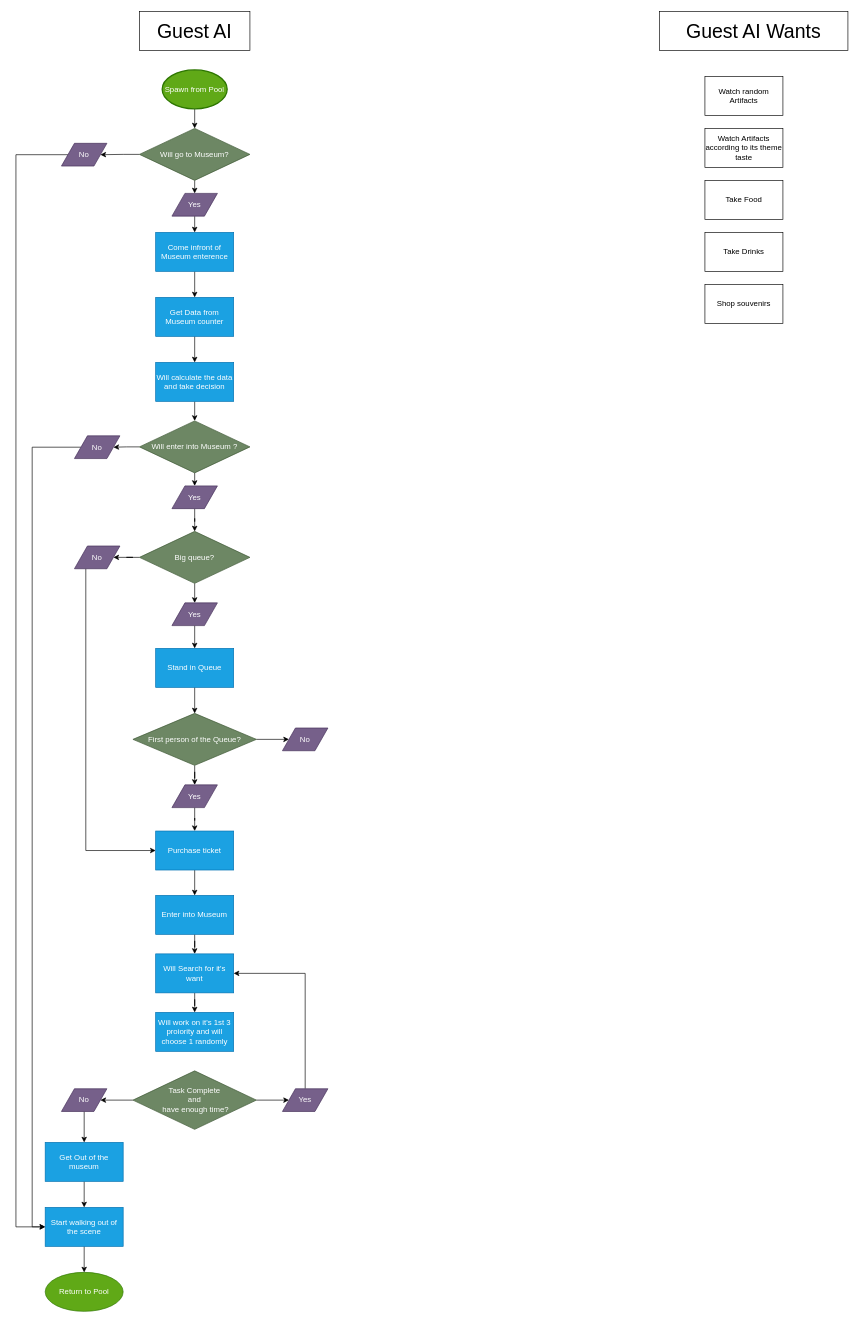
shadmanArko/ProjectMuseum keeps this draw.io diagram as page "Enemy AI FlowChart" (5 of 6) of MuseumArchitecture.drawio. Above is the earlier version. Source tidied: cells renumbered, new cells numbered last; positions are measured from the earlier drawing's top-left corner, leaving out a move shared by most shapes. Both pictures are drawn from the tidied source at 65%, with x=0, y=0 at pixel (16, 11).
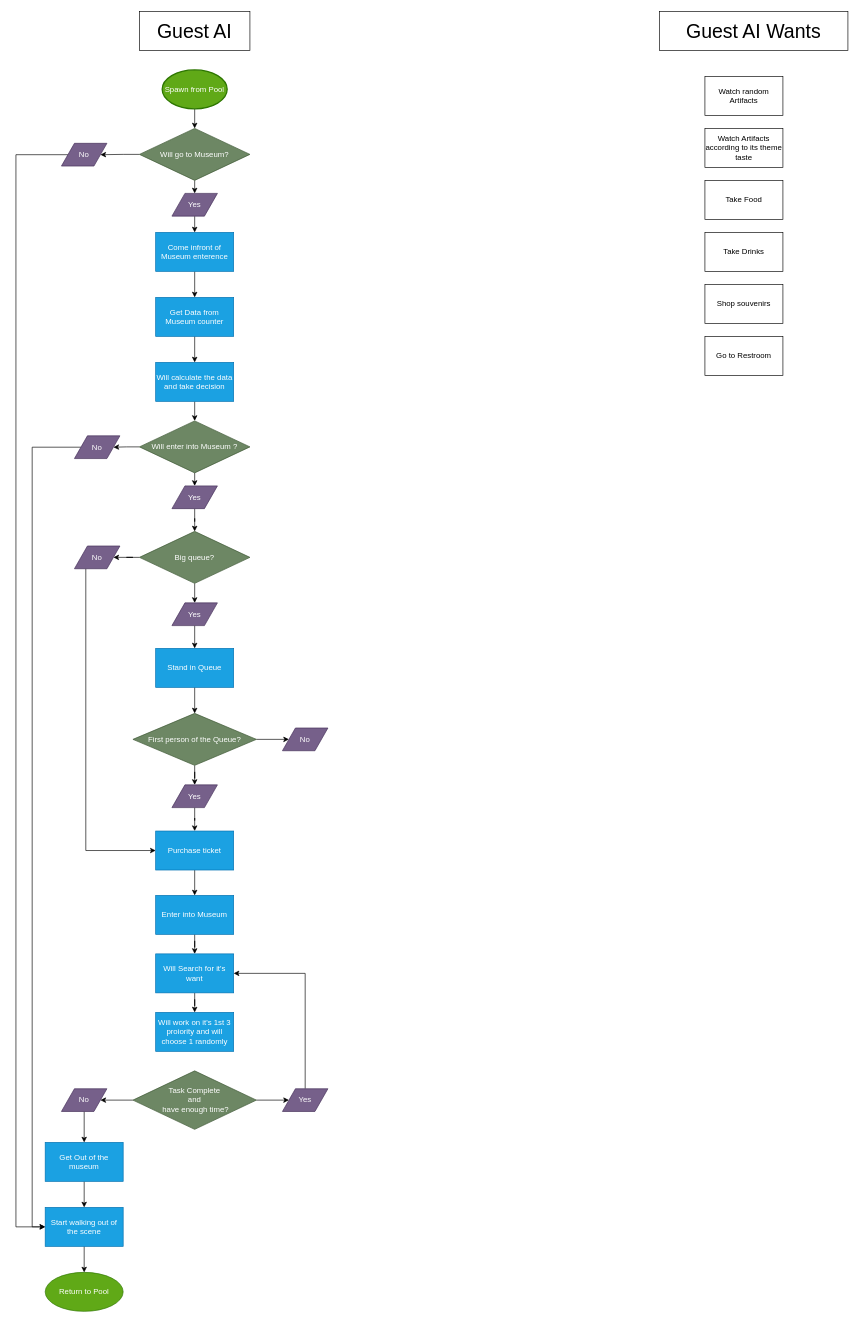
The same diagram, later.

Diff of the diagram source:
```diff
@@
+    <mxCell id="65" value="Go to Restroom" style="rounded=0;whiteSpace=wrap;html=1;" parent="1" vertex="1">
+      <mxGeometry x="1060" y="500" width="120" height="60" as="geometry" />
+    </mxCell>
```
